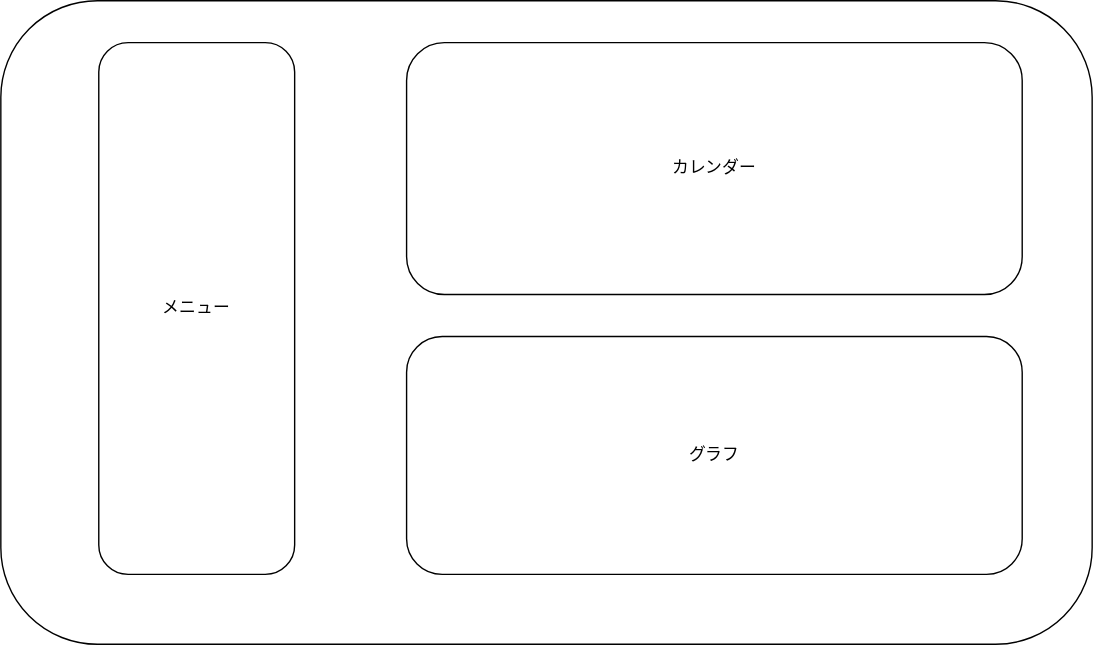
Above: design sample/secondpage.drawio.svg in Yoshiki217/traning (draw.io), before the change. Source tidied: cells renumbered, new cells last; positions are measured from the earlier drawing's top-left corner, leaving out a move shared by most shapes.
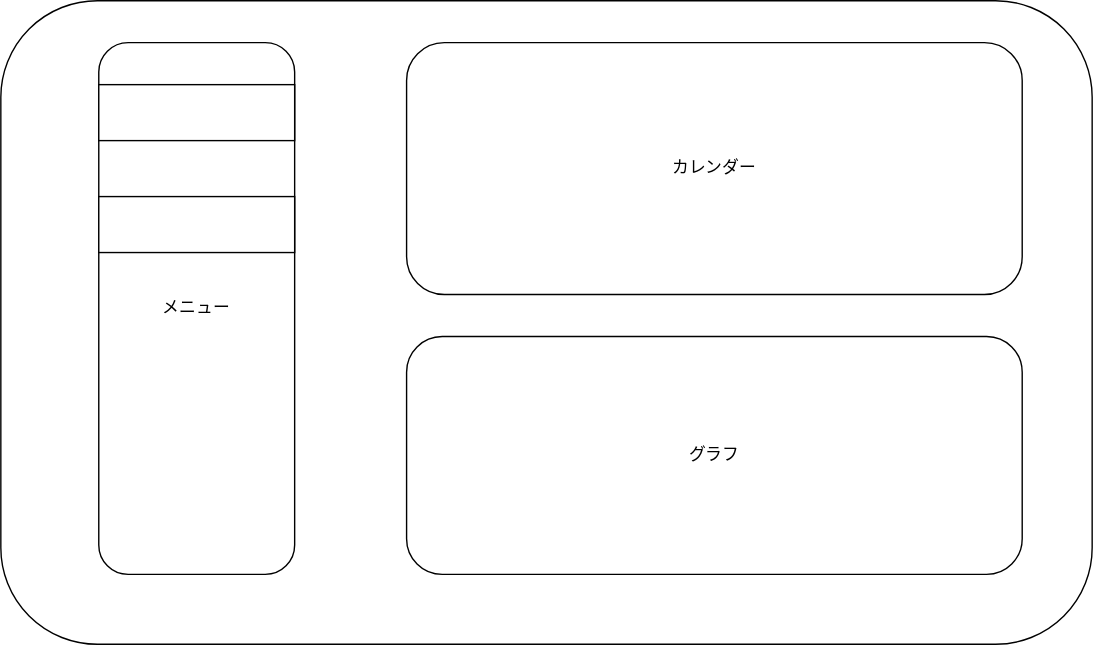
After the commit.

Change to the diagram source:
```diff
@@ -14,5 +14,11 @@
     <mxCell id="5" value="メニュー" style="rounded=1;whiteSpace=wrap;html=1;" parent="1" vertex="1">
       <mxGeometry x="70" y="30" width="140" height="380" as="geometry" />
     </mxCell>
+    <mxCell id="6" style="rounded=0;whiteSpace=wrap;html=1;" parent="1" vertex="1">
+      <mxGeometry x="70" y="60" width="140" height="40" as="geometry" />
+    </mxCell>
+    <mxCell id="7" style="rounded=0;whiteSpace=wrap;html=1;" parent="1" vertex="1">
+      <mxGeometry x="70" y="140" width="140" height="40" as="geometry" />
+    </mxCell>
   </root>
 </mxGraphModel>
```
